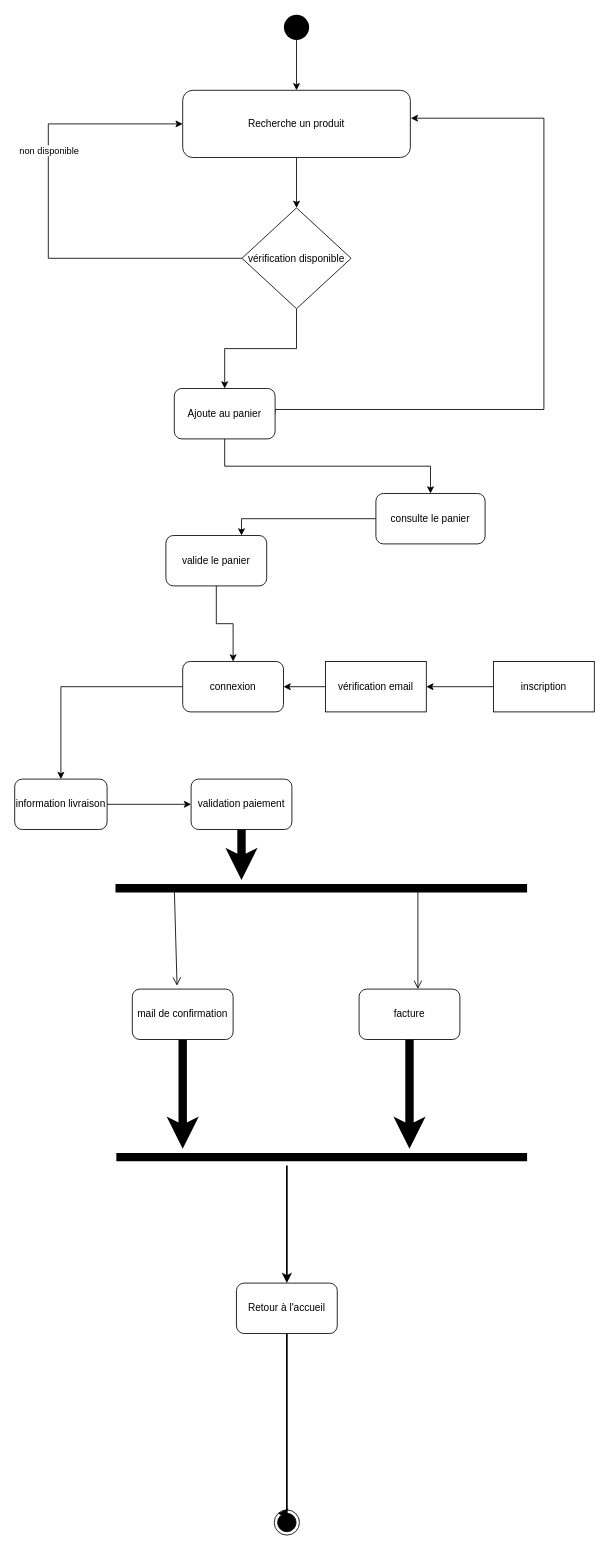
Lefhar/cda keeps this draw.io diagram as fil_rouge/UML/diagramme_activite.drawio. Above is the earlier version. Source tidied: cells renumbered, new cells numbered last; positions are measured from the earlier drawing's top-left corner, leaving out a move shared by most shapes. Both pictures are drawn from the tidied source at 84%, with x=0, y=0 at pixel (14, 14).
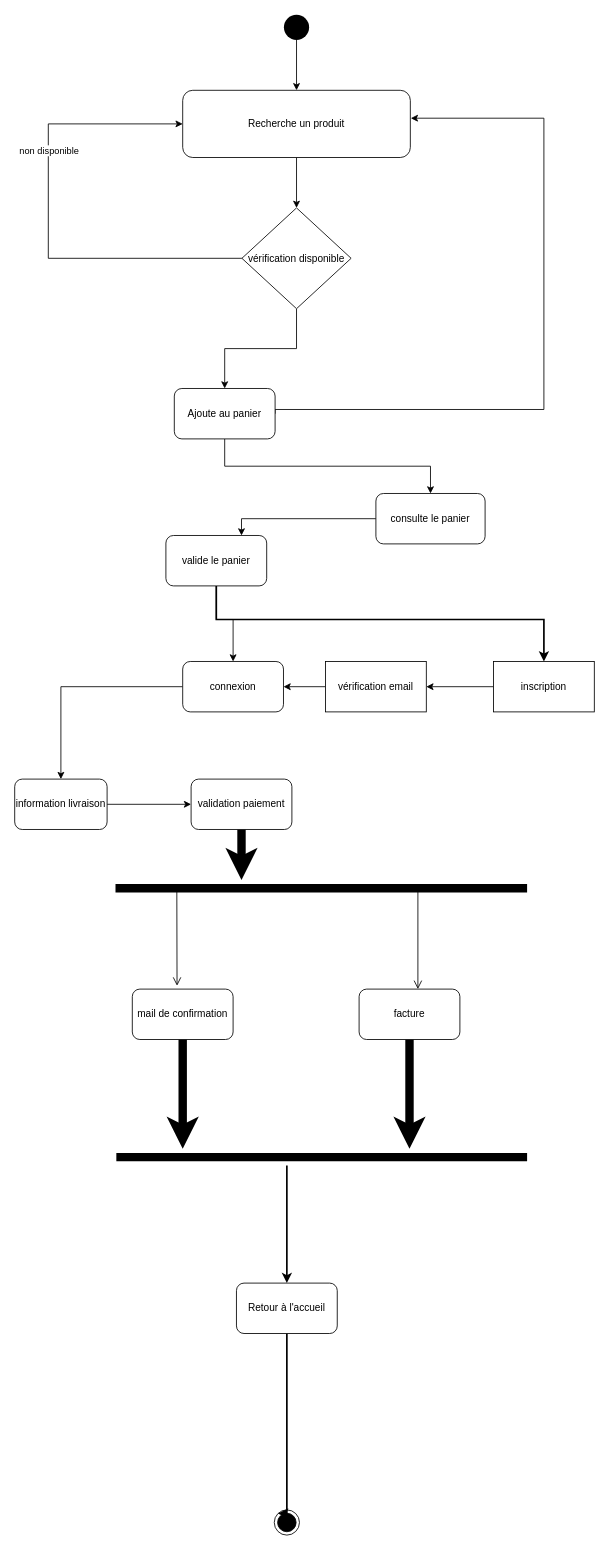
After the change.

Commit message:
mise à jour

Unchanged cells that the change refers to:
```xml
<mxCell id="16" value="valide le panier" style="rounded=1;whiteSpace=wrap;html=1;" parent="1" vertex="1">
  <mxGeometry x="180" y="620" width="120" height="60" as="geometry" />
</mxCell>
<mxCell id="18" value="connexion" style="rounded=1;whiteSpace=wrap;html=1;" parent="1" vertex="1">
  <mxGeometry x="200" y="770" width="120" height="60" as="geometry" />
</mxCell>
<mxCell id="20" value="inscription" style="rounded=0;whiteSpace=wrap;html=1;" parent="1" vertex="1">
  <mxGeometry x="570" y="770" width="120" height="60" as="geometry" />
</mxCell>
<mxCell id="31" value="mail de confirmation" style="rounded=1;whiteSpace=wrap;html=1;" parent="1" vertex="1">
  <mxGeometry x="140" y="1160" width="120" height="60" as="geometry" />
</mxCell>
```

The edit, as a diff of the source:
```diff
@@
     <mxCell id="15" style="edgeStyle=orthogonalEdgeStyle;rounded=0;jettySize=auto;html=1;exitX=0.5;exitY=1;exitDx=0;exitDy=0;" parent="1" edge="1" source="16" target="18">
-      <mxGeometry relative="1" as="geometry" />
+      <mxGeometry relative="1" as="geometry">
+        <Array as="points">
+          <mxPoint x="240" y="720" />
+          <mxPoint x="260" y="720" />
+        </Array>
+      </mxGeometry>
     </mxCell>
+    <mxCell id="39" style="edgeStyle=orthogonalEdgeStyle;rounded=0;jettySize=auto;html=1;strokeWidth=2;" parent="1" edge="1" source="16" target="20">
+      <mxGeometry relative="1" as="geometry">
+        <Array as="points">
+          <mxPoint x="240" y="720" />
+          <mxPoint x="630" y="720" />
+        </Array>
+      </mxGeometry>
+    </mxCell>
@@
     <mxCell id="28" style="endArrow=open;startArrow=none;endFill=0;startFill=0;endSize=8;html=1;verticalAlign=bottom;labelBackgroundColor=none;strokeWidth=1;rounded=0;entryX=0.444;entryY=-0.065;entryDx=0;entryDy=0;entryPerimeter=0;" parent="1" edge="1" target="31">
       <mxGeometry relative="1" as="geometry">
-        <mxPoint x="190" y="1040" as="sourcePoint" />
+        <mxPoint x="193" y="1040" as="sourcePoint" />
       </mxGeometry>
     </mxCell>
```
